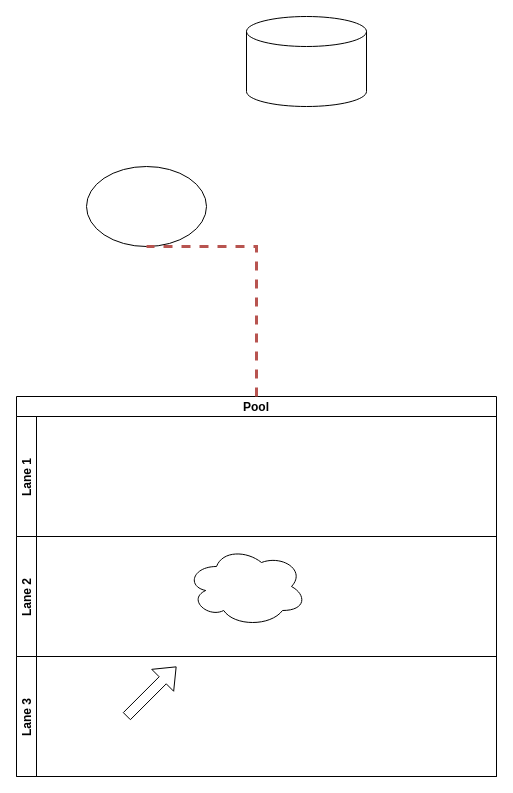
Earlier version of the draw.io diagram 제목 없는 다이어그램.drawio (in7jhub/dalbusim_web). Source tidied: cells renumbered, new cells numbered last; positions are measured from the earlier drawing's top-left corner, leaving out a move shared by most shapes. Both pictures are drawn from the tidied source at 100%, with x=0, y=0 at pixel (16, 16).
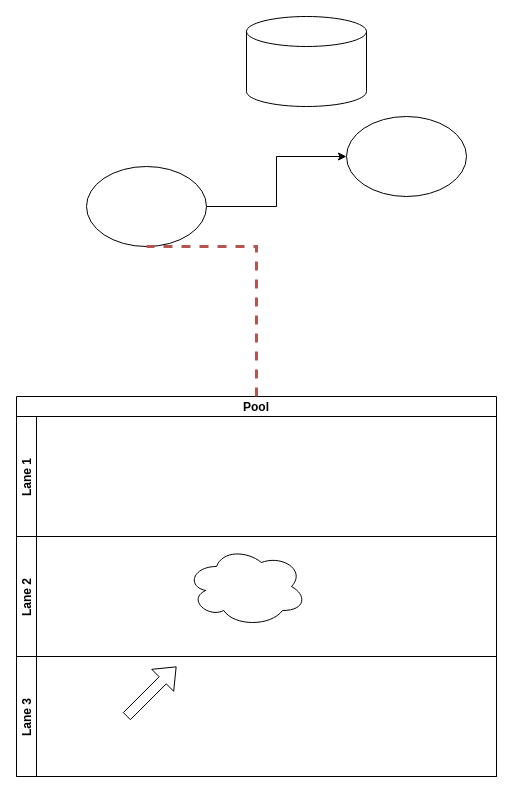
The same page after the edit.

Commit message:
제목 없는 다이어그램.drawio 업데이트

The edit, as a diff of the source:
```diff
@@
 <mxGraphModel>
   <root>
     <mxCell id="0" />
     <mxCell id="1" parent="0" />
     <mxCell id="2" style="shape=flexArrow;endArrow=classic;html=1;rounded=0;" parent="1" edge="1">
       <mxGeometry relative="1" as="geometry">
         <mxPoint x="110" y="700" as="sourcePoint" />
         <mxPoint x="160" y="650" as="targetPoint" />
       </mxGeometry>
     </mxCell>
     <mxCell id="3" style="ellipse;shape=cloud;whiteSpace=wrap;html=1;" parent="1" vertex="1">
       <mxGeometry x="170" y="530" width="120" height="80" as="geometry" />
     </mxCell>
     <mxCell id="4" value="Pool" style="swimlane;horizontal=1;startSize=20;" parent="1" vertex="1">
       <mxGeometry y="380" width="480" height="380" as="geometry" />
     </mxCell>
     <mxCell id="5" value="Lane 1" style="swimlane;startSize=20;horizontal=0;" parent="4" vertex="1">
       <mxGeometry y="20" width="480" height="120" as="geometry" />
     </mxCell>
     <mxCell id="6" value="Lane 2" style="swimlane;startSize=20;horizontal=0;" parent="4" vertex="1">
       <mxGeometry y="140" width="480" height="120" as="geometry" />
     </mxCell>
     <mxCell id="7" value="Lane 3" style="swimlane;startSize=20;horizontal=0;" parent="4" vertex="1">
       <mxGeometry y="260" width="480" height="120" as="geometry" />
     </mxCell>
+    <mxCell id="11" style="edgeStyle=orthogonalEdgeStyle;rounded=0;jettySize=auto;html=1;" parent="1" edge="1" source="8" target="12">
+      <mxGeometry relative="1" as="geometry" />
+    </mxCell>
     <mxCell id="8" style="ellipse;whiteSpace=wrap;html=1;" parent="1" vertex="1">
       <mxGeometry x="70" y="150" width="120" height="80" as="geometry" />
     </mxCell>
     <mxCell id="9" style="shape=cylinder3;whiteSpace=wrap;html=1;boundedLbl=1;backgroundOutline=1;size=15;" parent="1" vertex="1">
       <mxGeometry x="230" width="120" height="90" as="geometry" />
     </mxCell>
     <mxCell id="10" style="endArrow=none;dashed=1;html=1;rounded=0;entryX=0.5;entryY=1;entryDx=0;entryDy=0;exitX=0.5;exitY=0;exitDx=0;exitDy=0;targetPerimeterSpacing=4;sourcePerimeterSpacing=5;fillColor=#f8cecc;strokeColor=#b85450;shadow=0;strokeWidth=3;edgeStyle=elbowEdgeStyle;" parent="1" edge="1" source="4" target="8">
       <mxGeometry relative="1" as="geometry">
         <Array as="points">
           <mxPoint x="240" y="300" />
         </Array>
       </mxGeometry>
     </mxCell>
+    <mxCell id="12" style="ellipse;whiteSpace=wrap;html=1;" parent="1" vertex="1">
+      <mxGeometry x="330" y="100" width="120" height="80" as="geometry" />
+    </mxCell>
   </root>
 </mxGraphModel>
```
